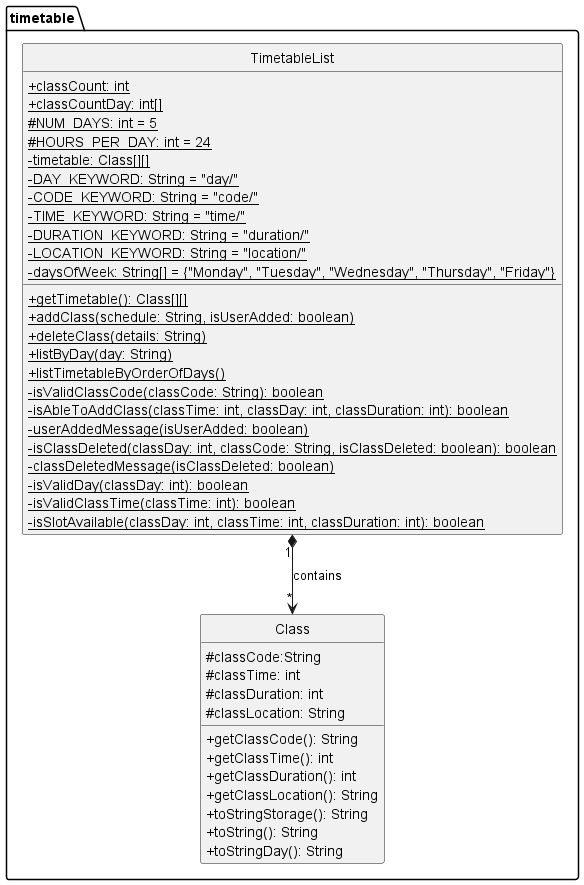
The PlantUML diagram docs/diagrams/classdiagram/TimetableCD.png in nyh3/tp, before a commit. The source it was exported from:
```plantuml
@startuml

hide circle
skinparam classAttributeIconSize 0

package timetable{
    class Class{
        # classCode:String
        # classTime: int
        # classDuration: int
        # classLocation: String
        + getClassCode(): String
        + getClassTime(): int
        + getClassDuration(): int
        + getClassLocation(): String
        + toStringStorage(): String
        + toString(): String
        + toStringDay(): String
    }

    class TimetableList{
        + {static} classCount: int
        + {static} classCountDay: int[]
        # {static} NUM_DAYS: int = 5
        # {static} HOURS_PER_DAY: int = 24
        - {static} timetable: Class[][]
        - {static} DAY_KEYWORD: String = "day/"
        - {static} CODE_KEYWORD: String = "code/"
        - {static} TIME_KEYWORD: String = "time/"
        - {static} DURATION_KEYWORD: String = "duration/"
        - {static} LOCATION_KEYWORD: String = "location/"
        - {static} daysOfWeek: String[] = {"Monday", "Tuesday", "Wednesday", "Thursday", "Friday"}
        + {static} getTimetable(): Class[][]
        + {static} addClass(schedule: String, isUserAdded: boolean)
        + {static} deleteClass(details: String)
        + {static} listByDay(day: String)
        + {static} listTimetableByOrderOfDays()
        - {static} isValidClassCode(classCode: String): boolean
        - {static} isAbleToAddClass(classTime: int, classDay: int, classDuration: int): boolean
        - {static} userAddedMessage(isUserAdded: boolean)
        - {static} isClassDeleted(classDay: int, classCode: String, isClassDeleted: boolean): boolean
        - {static} classDeletedMessage(isClassDeleted: boolean)
        - {static} isValidDay(classDay: int): boolean
        - {static} isValidClassTime(classTime: int): boolean
        - {static} isSlotAvailable(classDay: int, classTime: int, classDuration: int): boolean
    }
}

TimetableList "1" *--> "*" Class: contains
@enduml
```
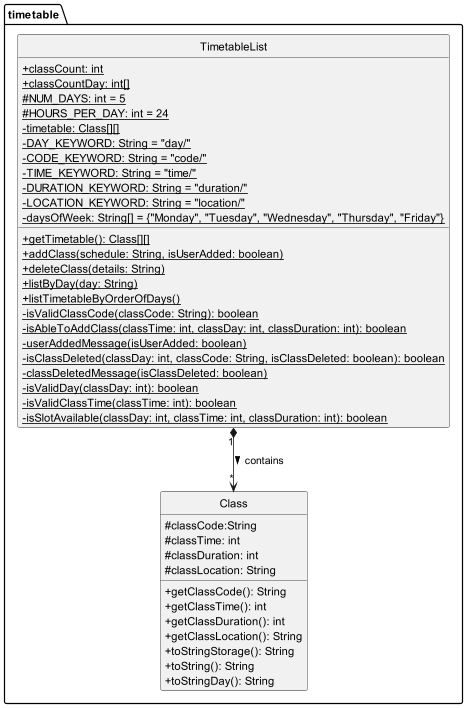
The same diagram one commit later.

Commit message:
Add storage class diagram

Change to the diagram source:
```diff
@@ -46,5 +46,5 @@
     }
 }
 
-TimetableList "1" *--> "*" Class: contains
+TimetableList "1" *--> "*" Class: contains >
 @enduml
```
